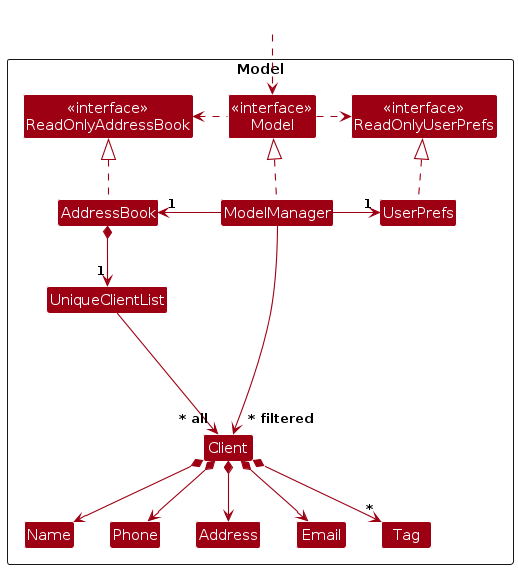
zi-yii/tp keeps this PlantUML diagram as diagrams/ModelClassDiagram.png. Above is the earlier version. Its source is kept beside it as diagrams/ModelClassDiagram.puml.
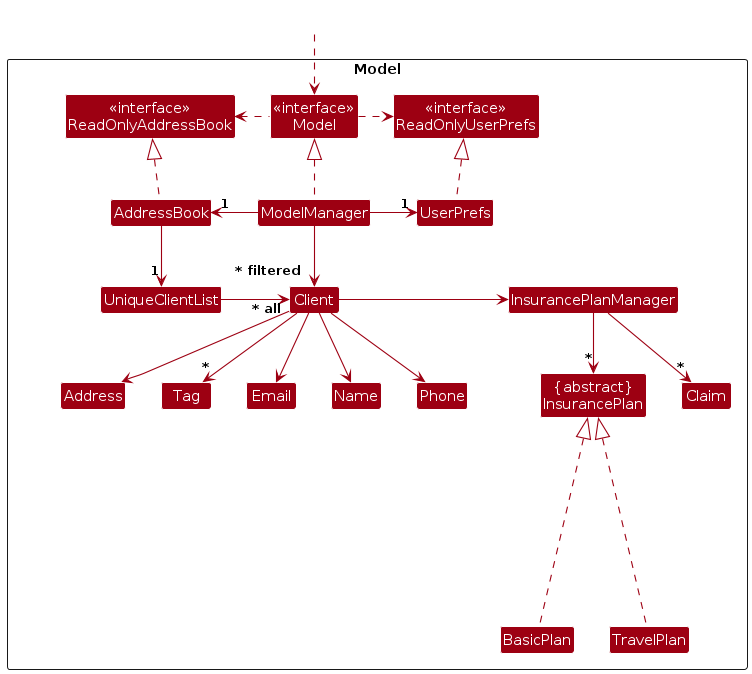
After the commit.

Diff of the diagram source:
```diff
@@ -19,6 +19,11 @@
 Class Name
 Class Phone
 Class Tag
+Class InsurancePlanManager
+Class "{abstract}\nInsurancePlan" as InsurancePlan
+Class Claim
+Class BasicPlan
+Class TravelPlan
 
 Class I #FFFFFF
 }
@@ -35,13 +40,20 @@
 ModelManager -right-> "1" UserPrefs
 UserPrefs .up.|> ReadOnlyUserPrefs
 
-AddressBook *--> "1" UniqueClientList
-UniqueClientList --> "~* all" Client
-Client *--> Name
-Client *--> Phone
-Client *--> Email
-Client *--> Address
-Client *--> "*" Tag
+Client -right-> InsurancePlanManager
+InsurancePlanManager --> "*" InsurancePlan
+InsurancePlanManager --> "*" Claim
+BasicPlan --.up.|> InsurancePlan
+TravelPlan --.up.|> InsurancePlan
+
+AddressBook --> "1" UniqueClientList
+UniqueClientList -left-> "~* all" Client
+Client --> Name
+Client --> Phone
+Client --> Email
+Client --> Address
+
+Client --> "*" Tag
 
 Client -[hidden]up--> I
 UniqueClientList -[hidden]right-> I
```
